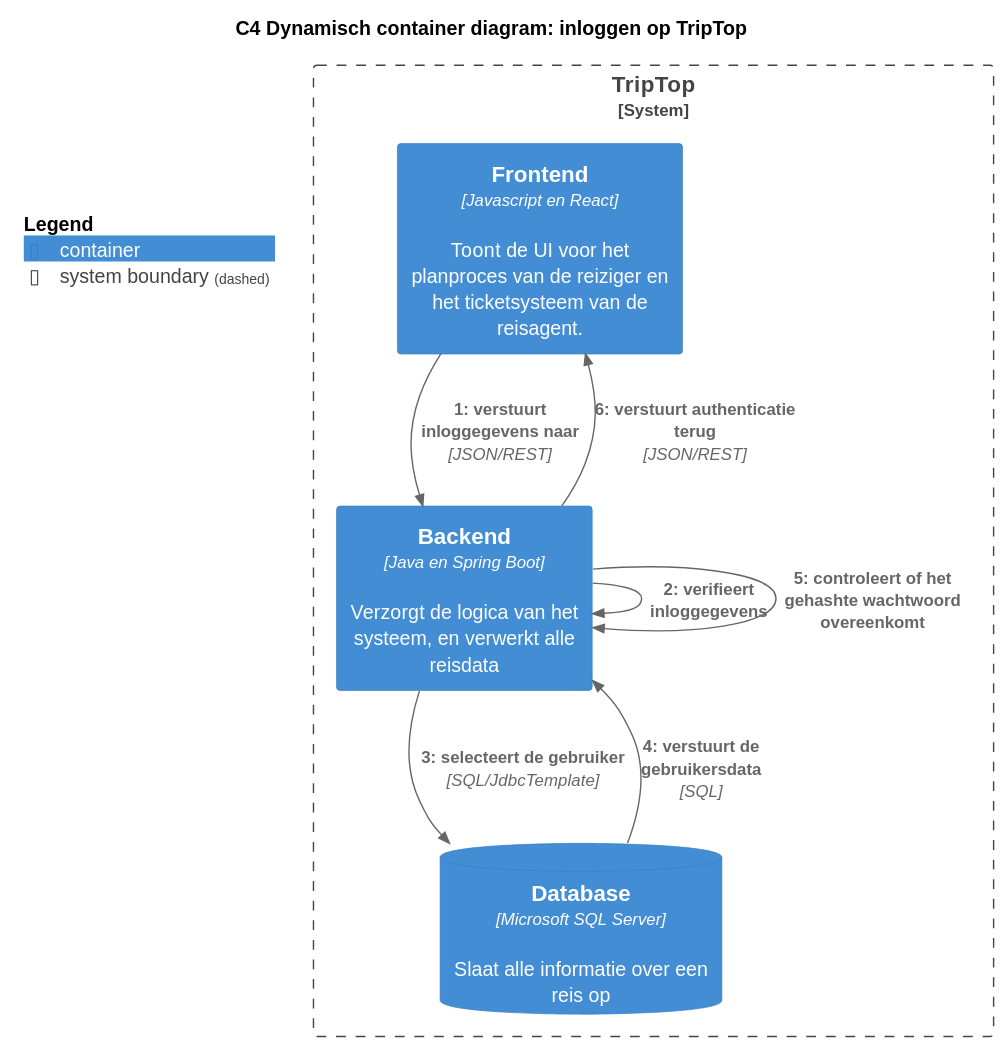
The PlantUML diagram software-guidebook/sgb-bestanden/dynamisch-container-diagram-inloggen-C4_Dynamisch_container_diagram__inloggen_op_TripTop.svg in AIM-ENE-feb25/triptop-groep-4-jochem-roald-stijn-a, before a commit. The source it was exported from:
```plantuml
@startuml
title C4 Dynamisch container diagram: inloggen op TripTop
!include <C4/C4_Container.puml>

top to bottom direction

SHOW_PERSON_OUTLINE()

System_Boundary(system, "TripTop") {
    Container(frontend, "Frontend", "Javascript en React", "Toont de UI voor het planproces van de reiziger en het ticketsysteem van de reisagent.")
    Container(backend, "Backend", "Java en Spring Boot", "Verzorgt de logica van het systeem, en verwerkt alle reisdata")
    ContainerDb(db, "Database", "Microsoft SQL Server", "Slaat alle informatie over een reis op")
}

Rel(frontend, backend, "1: verstuurt inloggegevens naar", "JSON/REST")

Rel(backend, backend, "2: verifieert inloggegevens")

Rel(backend, db, "3: selecteert de gebruiker", "SQL/JdbcTemplate")
Rel(db, backend, "4: verstuurt de gebruikersdata", "SQL")
Rel(backend, backend, "5: controleert of het gehashte wachtwoord overeenkomt")
Rel(backend, frontend, "6: verstuurt authenticatie terug", "JSON/REST")

SHOW_FLOATING_LEGEND()
@enduml
```
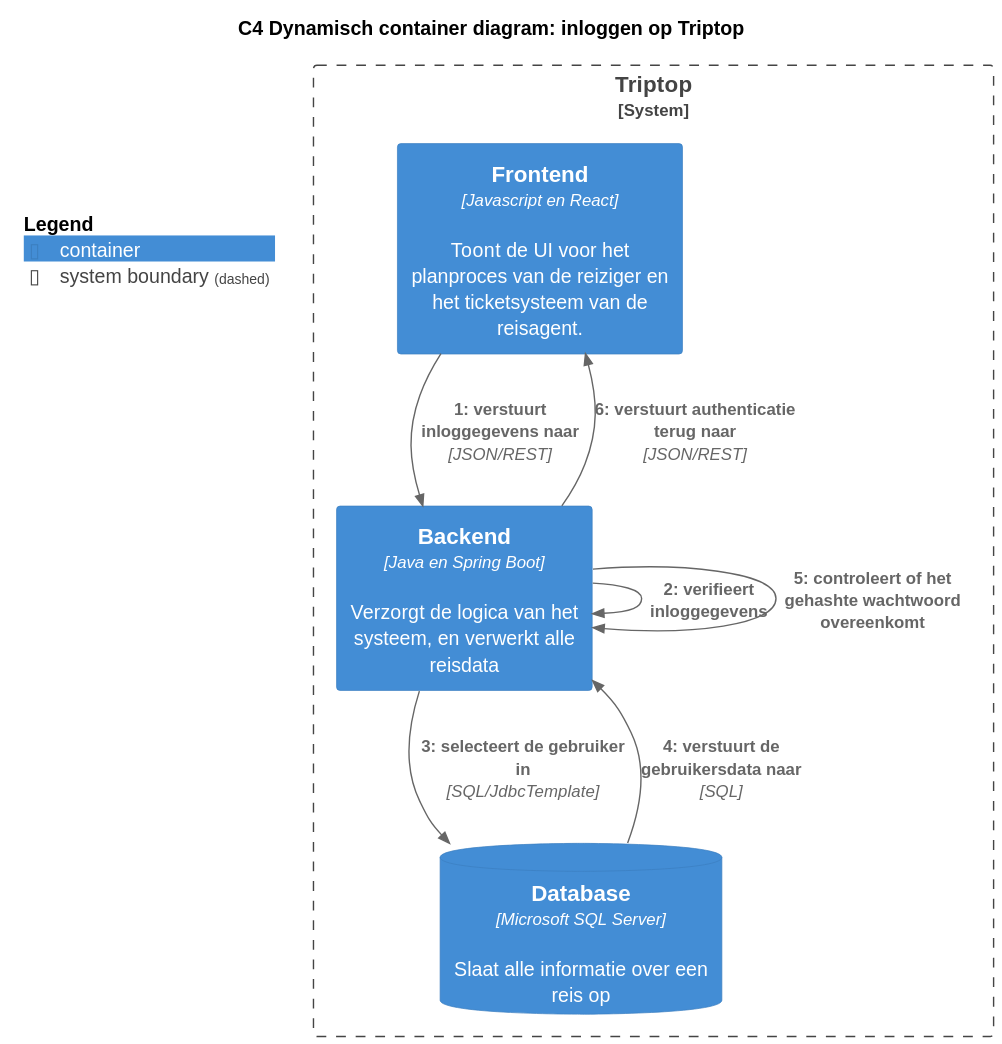
The same file after the commit.

Commit message:
Triptop naam hoofdletter vervangen

Diff of the diagram source:
```diff
@@ -1,12 +1,12 @@
 @startuml
-title C4 Dynamisch container diagram: inloggen op TripTop
+title C4 Dynamisch container diagram: inloggen op Triptop
 !include <C4/C4_Container.puml>
 
 top to bottom direction
 
 SHOW_PERSON_OUTLINE()
 
-System_Boundary(system, "TripTop") {
+System_Boundary(system, "Triptop") {
     Container(frontend, "Frontend", "Javascript en React", "Toont de UI voor het planproces van de reiziger en het ticketsysteem van de reisagent.")
     Container(backend, "Backend", "Java en Spring Boot", "Verzorgt de logica van het systeem, en verwerkt alle reisdata")
     ContainerDb(db, "Database", "Microsoft SQL Server", "Slaat alle informatie over een reis op")
@@ -16,10 +16,10 @@
 
 Rel(backend, backend, "2: verifieert inloggegevens")
 
-Rel(backend, db, "3: selecteert de gebruiker", "SQL/JdbcTemplate")
-Rel(db, backend, "4: verstuurt de gebruikersdata", "SQL")
+Rel(backend, db, "3: selecteert de gebruiker in", "SQL/JdbcTemplate")
+Rel(db, backend, "4: verstuurt de gebruikersdata naar", "SQL")
 Rel(backend, backend, "5: controleert of het gehashte wachtwoord overeenkomt")
-Rel(backend, frontend, "6: verstuurt authenticatie terug", "JSON/REST")
+Rel(backend, frontend, "6: verstuurt authenticatie terug naar", "JSON/REST")
 
 SHOW_FLOATING_LEGEND()
 @enduml
```
